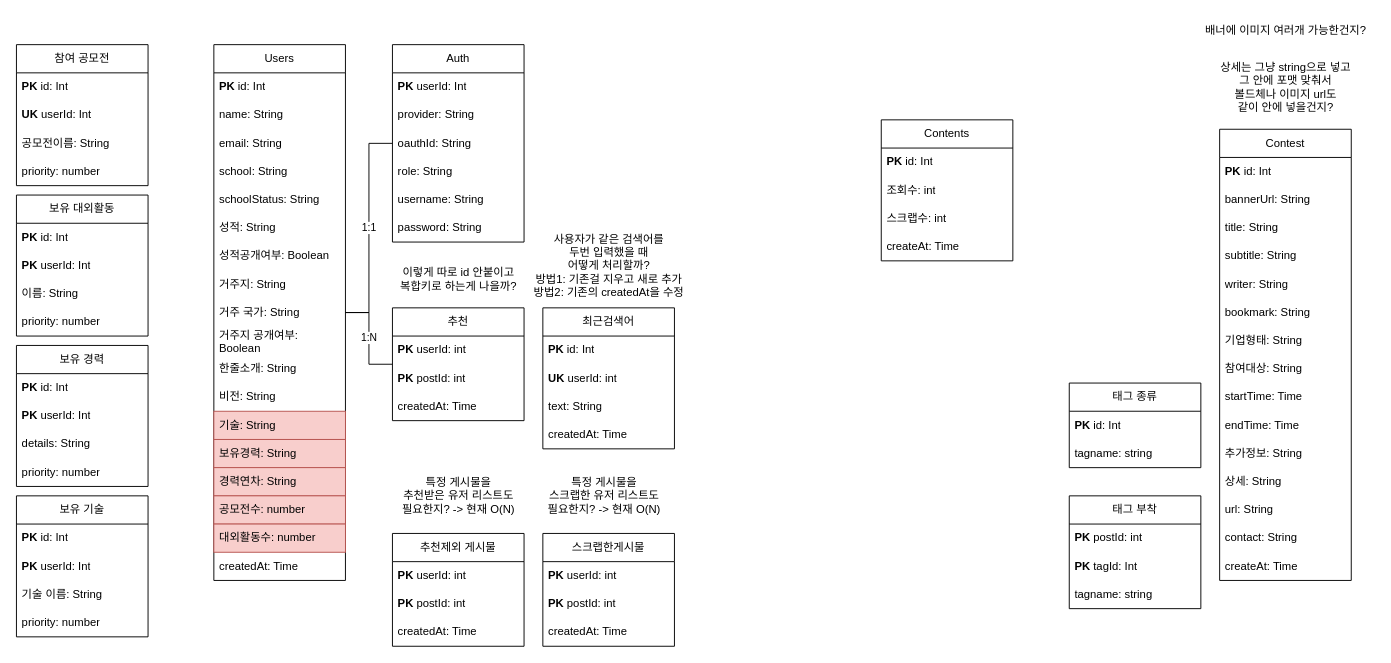
The draw.io diagram 인잡.drawio in oyc0401/spring, before the edit. Source tidied: cells renumbered, new cells numbered last; positions are measured from the earlier drawing's top-left corner, leaving out a move shared by most shapes. Both pictures are drawn from the tidied source at 94%, with x=0, y=0 at pixel (16, 16).
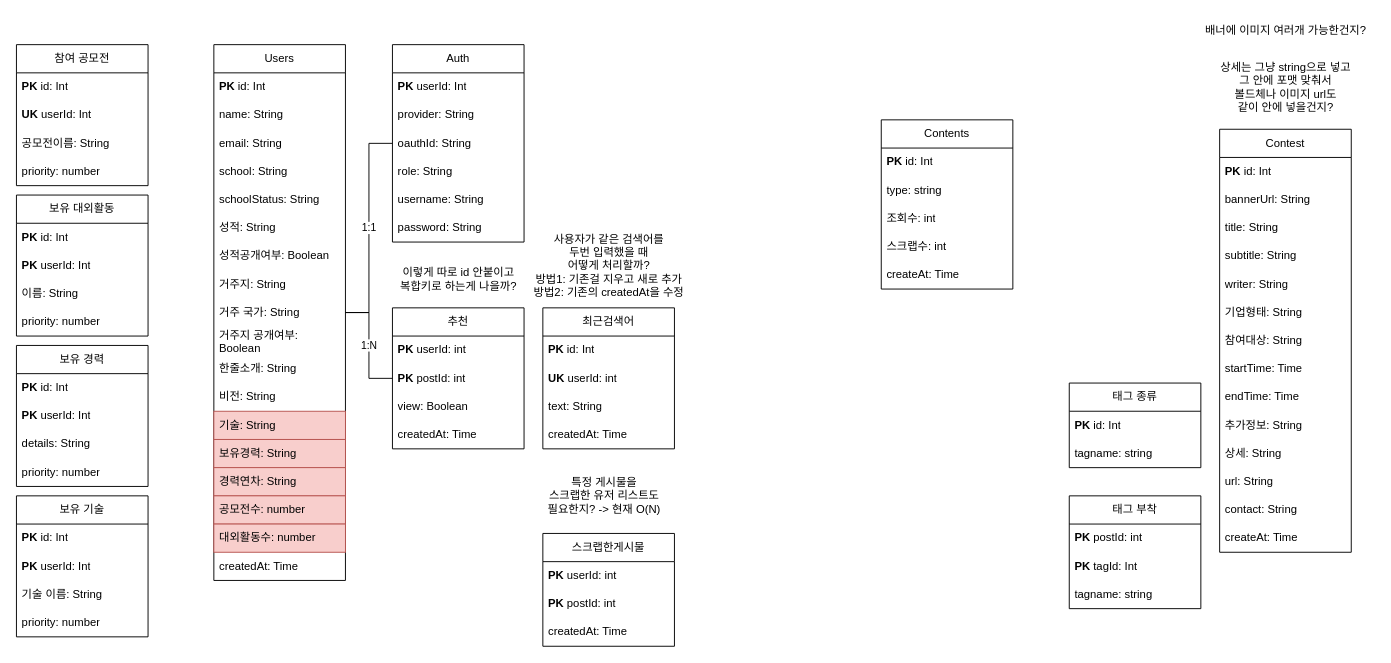
After the change.

Commit message:
인잡.drawio 업데이트

What changed in the source:
```diff
@@
     <mxCell id="30" value="Contest" style="swimlane;fontStyle=0;horizontal=1;startSize=30;whiteSpace=wrap;html=1;" parent="1" vertex="1">
-      <mxGeometry x="1280" y="120" width="140" height="480" as="geometry" />
+      <mxGeometry x="1280" y="120" width="140" height="450" as="geometry" />
     </mxCell>
@@
-    <mxCell id="36" value="bookmark: String" style="text;strokeColor=none;fillColor=none;align=left;verticalAlign=middle;spacingLeft=4;spacingRight=4;overflow=hidden;whiteSpace=wrap;html=1;" parent="30" vertex="1">
-      <mxGeometry y="180" width="140" height="30" as="geometry" />
-    </mxCell>
     <mxCell id="37" value="기업형태: String" style="text;strokeColor=none;fillColor=none;align=left;verticalAlign=middle;spacingLeft=4;spacingRight=4;overflow=hidden;whiteSpace=wrap;html=1;" parent="30" vertex="1">
-      <mxGeometry y="210" width="140" height="30" as="geometry" />
+      <mxGeometry y="180" width="140" height="30" as="geometry" />
     </mxCell>
     <mxCell id="38" value="참여대상: String" style="text;strokeColor=none;fillColor=none;align=left;verticalAlign=middle;spacingLeft=4;spacingRight=4;overflow=hidden;whiteSpace=wrap;html=1;" parent="30" vertex="1">
-      <mxGeometry y="240" width="140" height="30" as="geometry" />
+      <mxGeometry y="210" width="140" height="30" as="geometry" />
     </mxCell>
     <mxCell id="39" value="startTime: Time" style="text;strokeColor=none;fillColor=none;align=left;verticalAlign=middle;spacingLeft=4;spacingRight=4;overflow=hidden;whiteSpace=wrap;html=1;" parent="30" vertex="1">
-      <mxGeometry y="270" width="140" height="30" as="geometry" />
+      <mxGeometry y="240" width="140" height="30" as="geometry" />
     </mxCell>
     <mxCell id="40" value="endTime: Time" style="text;strokeColor=none;fillColor=none;align=left;verticalAlign=middle;spacingLeft=4;spacingRight=4;overflow=hidden;whiteSpace=wrap;html=1;" parent="30" vertex="1">
-      <mxGeometry y="300" width="140" height="30" as="geometry" />
+      <mxGeometry y="270" width="140" height="30" as="geometry" />
     </mxCell>
     <mxCell id="41" value="추가정보: String" style="text;strokeColor=none;fillColor=none;align=left;verticalAlign=middle;spacingLeft=4;spacingRight=4;overflow=hidden;whiteSpace=wrap;html=1;" parent="30" vertex="1">
-      <mxGeometry y="330" width="140" height="30" as="geometry" />
+      <mxGeometry y="300" width="140" height="30" as="geometry" />
     </mxCell>
     <mxCell id="42" value="상세: String" style="text;strokeColor=none;fillColor=none;align=left;verticalAlign=middle;spacingLeft=4;spacingRight=4;overflow=hidden;whiteSpace=wrap;html=1;" parent="30" vertex="1">
-      <mxGeometry y="360" width="140" height="30" as="geometry" />
+      <mxGeometry y="330" width="140" height="30" as="geometry" />
     </mxCell>
     <mxCell id="43" value="url: String" style="text;strokeColor=none;fillColor=none;align=left;verticalAlign=middle;spacingLeft=4;spacingRight=4;overflow=hidden;whiteSpace=wrap;html=1;" parent="30" vertex="1">
-      <mxGeometry y="390" width="140" height="30" as="geometry" />
+      <mxGeometry y="360" width="140" height="30" as="geometry" />
     </mxCell>
     <mxCell id="44" value="contact: String" style="text;strokeColor=none;fillColor=none;align=left;verticalAlign=middle;spacingLeft=4;spacingRight=4;overflow=hidden;whiteSpace=wrap;html=1;" parent="30" vertex="1">
-      <mxGeometry y="420" width="140" height="30" as="geometry" />
+      <mxGeometry y="390" width="140" height="30" as="geometry" />
     </mxCell>
     <mxCell id="45" value="createAt: Time" style="text;strokeColor=none;fillColor=none;align=left;verticalAlign=middle;spacingLeft=4;spacingRight=4;overflow=hidden;whiteSpace=wrap;html=1;" parent="30" vertex="1">
-      <mxGeometry y="450" width="140" height="30" as="geometry" />
+      <mxGeometry y="420" width="140" height="30" as="geometry" />
     </mxCell>
@@
     <mxCell id="51" value="추천" style="swimlane;fontStyle=0;horizontal=1;startSize=30;whiteSpace=wrap;html=1;" parent="1" vertex="1">
-      <mxGeometry x="400" y="310" width="140" height="120" as="geometry" />
+      <mxGeometry x="400" y="310" width="140" height="150" as="geometry" />
     </mxCell>
@@
+    <mxCell id="101" value="&lt;span style=&quot;background-color: transparent; color: light-dark(rgb(0, 0, 0), rgb(255, 255, 255));&quot;&gt;view: Boolean&lt;/span&gt;" style="text;strokeColor=none;fillColor=none;align=left;verticalAlign=middle;spacingLeft=4;spacingRight=4;overflow=hidden;whiteSpace=wrap;html=1;" parent="51" vertex="1">
+      <mxGeometry y="90" width="140" height="30" as="geometry" />
+    </mxCell>
     <mxCell id="54" value="created&lt;span style=&quot;background-color: transparent; color: light-dark(rgb(0, 0, 0), rgb(255, 255, 255));&quot;&gt;At: Time&lt;/span&gt;" style="text;strokeColor=none;fillColor=none;align=left;verticalAlign=middle;spacingLeft=4;spacingRight=4;overflow=hidden;whiteSpace=wrap;html=1;" parent="51" vertex="1">
-      <mxGeometry y="90" width="140" height="30" as="geometry" />
+      <mxGeometry y="120" width="140" height="30" as="geometry" />
     </mxCell>
@@
-    <mxCell id="59" value="추천제외 게시물" style="swimlane;fontStyle=0;horizontal=1;startSize=30;whiteSpace=wrap;html=1;" parent="1" vertex="1">
-      <mxGeometry x="400" y="550" width="140" height="120" as="geometry" />
-    </mxCell>
-    <mxCell id="60" value="&lt;div&gt;&lt;b style=&quot;background-color: transparent; color: light-dark(rgb(0, 0, 0), rgb(255, 255, 255));&quot;&gt;PK&lt;/b&gt;&lt;span style=&quot;background-color: transparent; color: light-dark(rgb(0, 0, 0), rgb(255, 255, 255));&quot;&gt;&amp;nbsp;userId: int&lt;/span&gt;&lt;/div&gt;" style="text;strokeColor=none;fillColor=none;align=left;verticalAlign=middle;spacingLeft=4;spacingRight=4;overflow=hidden;whiteSpace=wrap;html=1;" parent="59" vertex="1">
-      <mxGeometry y="30" width="140" height="30" as="geometry" />
-    </mxCell>
-    <mxCell id="61" value="&lt;b&gt;PK&amp;nbsp;&lt;/b&gt;postId: int" style="text;strokeColor=none;fillColor=none;align=left;verticalAlign=middle;spacingLeft=4;spacingRight=4;overflow=hidden;whiteSpace=wrap;html=1;" parent="59" vertex="1">
-      <mxGeometry y="60" width="140" height="30" as="geometry" />
-    </mxCell>
-    <mxCell id="62" value="created&lt;span style=&quot;background-color: transparent; color: light-dark(rgb(0, 0, 0), rgb(255, 255, 255));&quot;&gt;At: Time&lt;/span&gt;" style="text;strokeColor=none;fillColor=none;align=left;verticalAlign=middle;spacingLeft=4;spacingRight=4;overflow=hidden;whiteSpace=wrap;html=1;" parent="59" vertex="1">
-      <mxGeometry y="90" width="140" height="30" as="geometry" />
-    </mxCell>
@@
-    <mxCell id="64" value="특정 게시물을&lt;div&gt;추천받은 유저 리스트도&lt;/div&gt;&lt;div&gt;필요한지? -&amp;gt; 현재 O(N)&lt;/div&gt;" style="text;html=1;align=center;verticalAlign=middle;strokeColor=none;fillColor=none;" parent="1" vertex="1">
-      <mxGeometry x="400" y="480" width="140" height="60" as="geometry" />
-    </mxCell>
@@
     <mxCell id="96" value="Contents" style="swimlane;fontStyle=0;horizontal=1;startSize=30;whiteSpace=wrap;html=1;" parent="1" vertex="1">
-      <mxGeometry x="920" y="110" width="140" height="150" as="geometry" />
+      <mxGeometry x="920" y="110" width="140" height="180" as="geometry" />
     </mxCell>
@@
+    <mxCell id="102" value="type: string" style="text;strokeColor=none;fillColor=none;align=left;verticalAlign=middle;spacingLeft=4;spacingRight=4;overflow=hidden;whiteSpace=wrap;html=1;" parent="96" vertex="1">
+      <mxGeometry y="60" width="140" height="30" as="geometry" />
+    </mxCell>
     <mxCell id="98" value="조회수: int" style="text;strokeColor=none;fillColor=none;align=left;verticalAlign=middle;spacingLeft=4;spacingRight=4;overflow=hidden;whiteSpace=wrap;html=1;" parent="96" vertex="1">
-      <mxGeometry y="60" width="140" height="30" as="geometry" />
+      <mxGeometry y="90" width="140" height="30" as="geometry" />
     </mxCell>
     <mxCell id="99" value="스크랩수: int" style="text;strokeColor=none;fillColor=none;align=left;verticalAlign=middle;spacingLeft=4;spacingRight=4;overflow=hidden;whiteSpace=wrap;html=1;" parent="96" vertex="1">
-      <mxGeometry y="90" width="140" height="30" as="geometry" />
+      <mxGeometry y="120" width="140" height="30" as="geometry" />
     </mxCell>
     <mxCell id="100" value="createAt: Time" style="text;strokeColor=none;fillColor=none;align=left;verticalAlign=middle;spacingLeft=4;spacingRight=4;overflow=hidden;whiteSpace=wrap;html=1;" parent="96" vertex="1">
-      <mxGeometry y="120" width="140" height="30" as="geometry" />
+      <mxGeometry y="150" width="140" height="30" as="geometry" />
     </mxCell>
```
